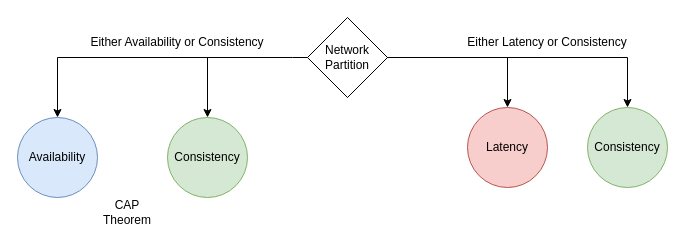
Earlier version of the draw.io diagram src/1_HLDDesignComponents/0_SystemGlossaries/assests/PACELC_Diagram.drawio (Anshul619/HLD-System-Designs). Source tidied: cells renumbered, new cells numbered last; positions are measured from the earlier drawing's top-left corner, leaving out a move shared by most shapes. Both pictures are drawn from the tidied source at 100%, with x=0, y=0 at pixel (17, 17).
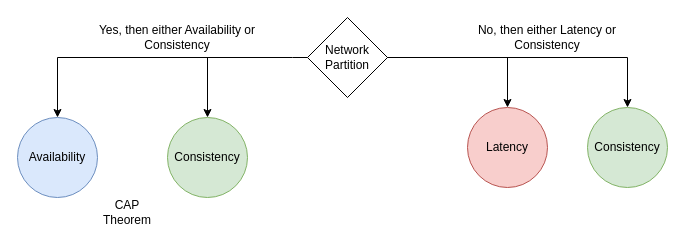
After the change.

Change to the diagram source:
```diff
@@
 <mxGraphModel>
   <root>
     <mxCell id="0" />
     <mxCell id="1" parent="0" />
     <mxCell id="2" value="Network Partition" style="rhombus;whiteSpace=wrap;html=1;" parent="1" vertex="1">
       <mxGeometry x="290" width="80" height="80" as="geometry" />
     </mxCell>
     <mxCell id="3" value="Availability" style="ellipse;whiteSpace=wrap;html=1;fillColor=#dae8fc;strokeColor=#6c8ebf;" parent="1" vertex="1">
       <mxGeometry y="100" width="80" height="80" as="geometry" />
     </mxCell>
     <mxCell id="4" value="Consistency" style="ellipse;whiteSpace=wrap;html=1;fillColor=#d5e8d4;strokeColor=#82b366;" parent="1" vertex="1">
       <mxGeometry x="150" y="100" width="80" height="80" as="geometry" />
     </mxCell>
     <mxCell id="5" style="endArrow=classic;html=1;rounded=0;exitX=0;exitY=0.5;exitDx=0;exitDy=0;entryX=0.5;entryY=0;entryDx=0;entryDy=0;edgeStyle=orthogonalEdgeStyle;" parent="1" edge="1" source="2" target="3">
       <mxGeometry relative="1" as="geometry">
         <Array as="points">
           <mxPoint x="275" y="40" />
           <mxPoint x="40" y="40" />
         </Array>
       </mxGeometry>
     </mxCell>
     <mxCell id="6" style="endArrow=classic;html=1;rounded=0;" parent="1" edge="1" target="4">
       <mxGeometry relative="1" as="geometry">
         <mxPoint x="190" y="40" as="sourcePoint" />
       </mxGeometry>
     </mxCell>
-    <mxCell id="7" value="Either Availability or Consistency" style="text;html=1;strokeColor=none;fillColor=none;align=center;verticalAlign=middle;whiteSpace=wrap;rounded=0;" parent="1" vertex="1">
-      <mxGeometry x="70" y="10" width="180" height="30" as="geometry" />
+    <mxCell id="7" value="Yes, then either Availability or Consistency" style="text;html=1;strokeColor=none;fillColor=none;align=center;verticalAlign=middle;whiteSpace=wrap;rounded=0;" parent="1" vertex="1">
+      <mxGeometry x="70" y="5" width="180" height="30" as="geometry" />
     </mxCell>
     <mxCell id="8" value="Latency" style="ellipse;whiteSpace=wrap;html=1;fillColor=#f8cecc;strokeColor=#b85450;" parent="1" vertex="1">
       <mxGeometry x="450" y="90" width="80" height="80" as="geometry" />
     </mxCell>
     <mxCell id="9" value="Consistency" style="ellipse;whiteSpace=wrap;html=1;fillColor=#d5e8d4;strokeColor=#82b366;" parent="1" vertex="1">
       <mxGeometry x="570" y="90" width="80" height="80" as="geometry" />
     </mxCell>
     <mxCell id="10" value="CAP Theorem" style="text;html=1;strokeColor=none;fillColor=none;align=center;verticalAlign=middle;whiteSpace=wrap;rounded=0;" parent="1" vertex="1">
       <mxGeometry x="80" y="180" width="60" height="30" as="geometry" />
     </mxCell>
     <mxCell id="11" style="endArrow=classic;html=1;rounded=0;exitX=1;exitY=0.5;exitDx=0;exitDy=0;entryX=0.5;entryY=0;entryDx=0;entryDy=0;edgeStyle=orthogonalEdgeStyle;" parent="1" edge="1" source="2" target="9">
       <mxGeometry relative="1" as="geometry" />
     </mxCell>
     <mxCell id="12" style="endArrow=classic;html=1;rounded=0;exitX=1;exitY=0.5;exitDx=0;exitDy=0;entryX=0.5;entryY=0;entryDx=0;entryDy=0;edgeStyle=orthogonalEdgeStyle;" parent="1" edge="1" source="2" target="8">
       <mxGeometry relative="1" as="geometry" />
     </mxCell>
-    <mxCell id="13" value="Either Latency or Consistency" style="text;html=1;strokeColor=none;fillColor=none;align=center;verticalAlign=middle;whiteSpace=wrap;rounded=0;" parent="1" vertex="1">
-      <mxGeometry x="440" y="10" width="180" height="30" as="geometry" />
+    <mxCell id="13" value="No, then either Latency or Consistency" style="text;html=1;strokeColor=none;fillColor=none;align=center;verticalAlign=middle;whiteSpace=wrap;rounded=0;" parent="1" vertex="1">
+      <mxGeometry x="440" y="5" width="180" height="30" as="geometry" />
     </mxCell>
   </root>
 </mxGraphModel>
```
